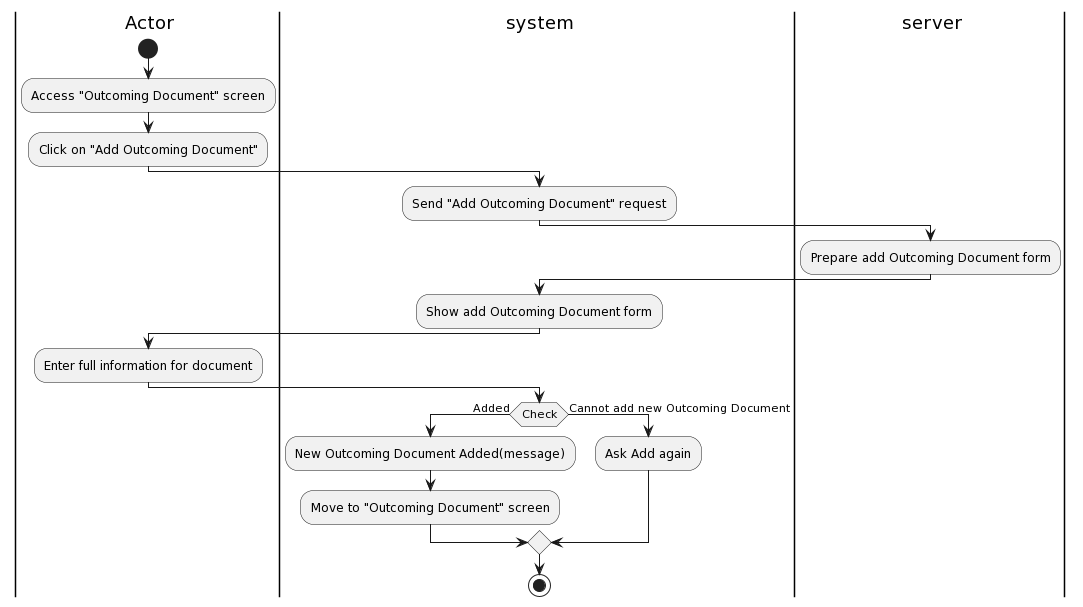
Earlier version of the PlantUML export Lab1/Lab1.2/Activity Diagram/OutcomingDocument/AddOutcomingDocument/AddOutcomingDocument.png (khoapham1003/SE357-Pratice-class). The source it was exported from:
```plantuml
@startuml
|a| Actor
|sys| system
|ser| server
|a|
start
:Access "Outcoming Document" screen;
:Click on "Add Outcoming Document";
|sys|
:Send "Add Outcoming Document" request;
|ser|
:Prepare add Outcoming Document form;
|sys|
:Show add Outcoming Document form;
|a|
:Enter full information for document;
|sys|
if(Check) then (Added)
:New Outcoming Document Added(message);
:Move to "Outcoming Document" screen;
else (Cannot add new Outcoming Document)
:Ask Add again;
endif

stop
@enduml
```
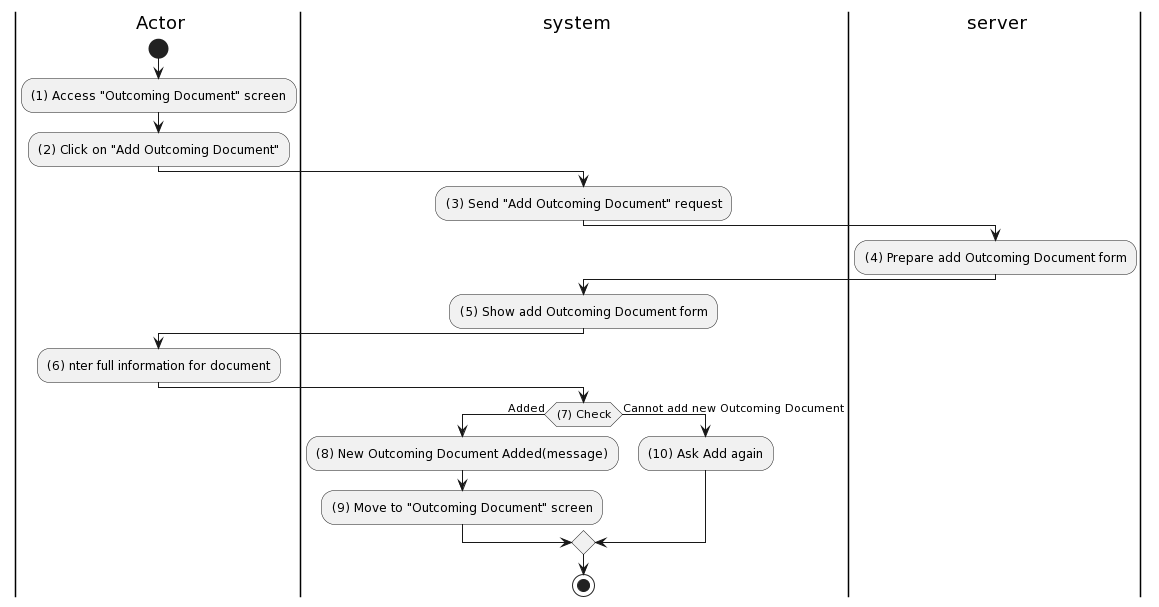
After the commit.

Diff of the diagram source:
```diff
@@ -4,22 +4,22 @@
 |ser| server
 |a|
 start
-:Access "Outcoming Document" screen;
-:Click on "Add Outcoming Document";
+:(1) Access "Outcoming Document" screen;
+:(2) Click on "Add Outcoming Document";
 |sys|
-:Send "Add Outcoming Document" request;
+:(3) Send "Add Outcoming Document" request;
 |ser|
-:Prepare add Outcoming Document form;
+:(4) Prepare add Outcoming Document form;
 |sys|
-:Show add Outcoming Document form;
+:(5) Show add Outcoming Document form;
 |a|
-:Enter full information for document;
+:(6) nter full information for document;
 |sys|
-if(Check) then (Added)
-:New Outcoming Document Added(message);
-:Move to "Outcoming Document" screen;
+if((7) Check) then (Added)
+:(8) New Outcoming Document Added(message);
+:(9) Move to "Outcoming Document" screen;
 else (Cannot add new Outcoming Document)
-:Ask Add again;
+:(10) Ask Add again;
 endif
 
 stop
```
